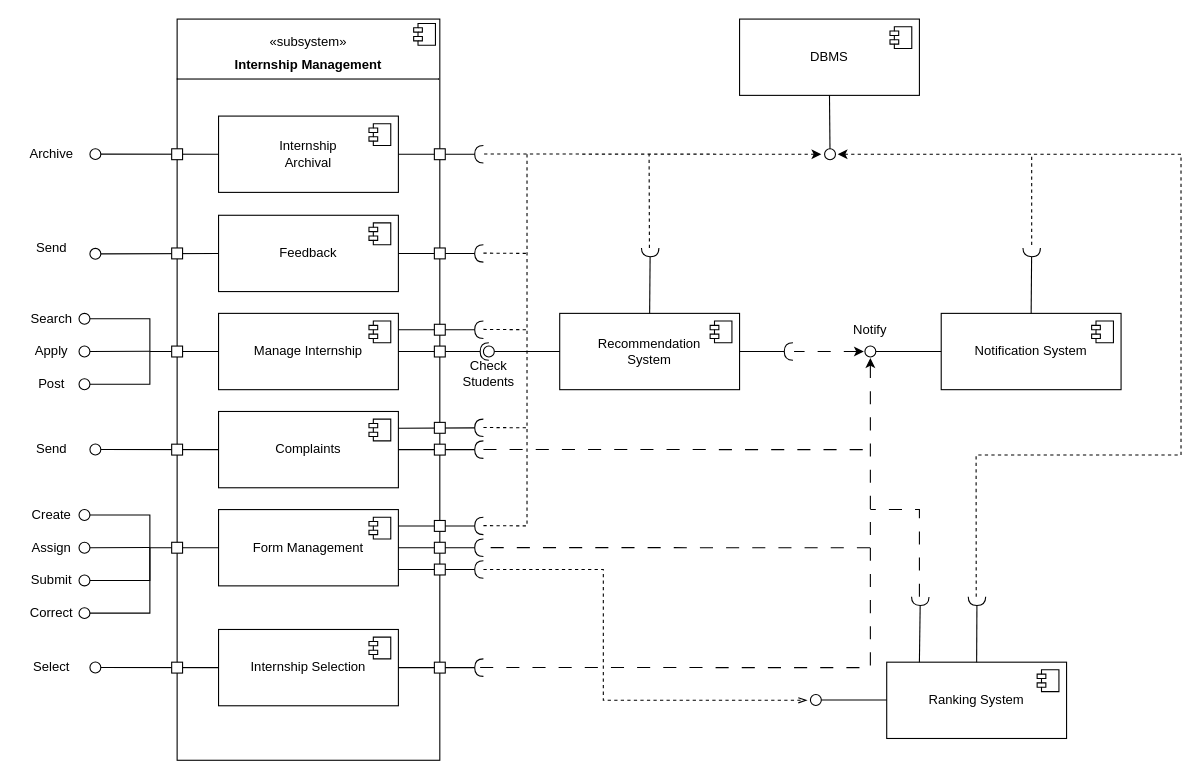
This is DD/Misc/Component2.drawio from Zero3474/AlkhetiarBonardi, a draw.io file, before an edit. Source tidied: cells renumbered, new cells numbered last; positions are measured from the earlier drawing's top-left corner, leaving out a move shared by most shapes. Both pictures are drawn from the tidied source at 109%, with x=0, y=0 at pixel (19, 19).
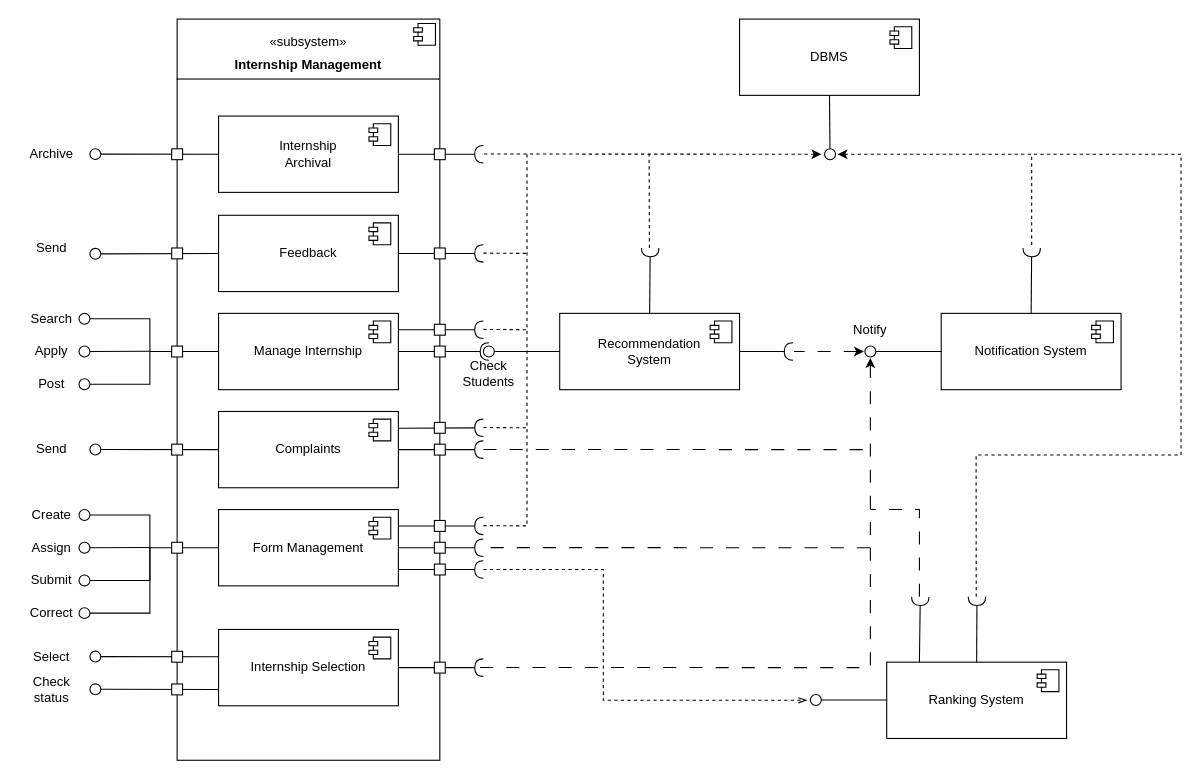
The same page after the edit.

The change refers to these unchanged cells:
```xml
<mxCell id="93" value="Internship Selection" style="html=1;whiteSpace=wrap;rounded=0;" parent="1" vertex="1">
  <mxGeometry x="183" y="560" width="165" height="70" as="geometry" />
</mxCell>
```

The edit, as a diff of the source:
```diff
@@
     <mxCell id="95" value="Select" style="text;html=1;align=center;verticalAlign=middle;whiteSpace=wrap;rounded=0;" parent="1" vertex="1">
-      <mxGeometry y="580" width="60" height="30" as="geometry" />
+      <mxGeometry y="570" width="60" height="30" as="geometry" />
     </mxCell>
-    <mxCell id="96" style="rounded=0;jettySize=auto;html=1;endArrow=oval;endFill=0;sourcePerimeterSpacing=0;targetPerimeterSpacing=0;endSize=10;exitX=0;exitY=0.5;exitDx=0;exitDy=0;" parent="1" edge="1" source="93">
+    <mxCell id="96" style="rounded=0;orthogonalLoop=1;jettySize=auto;html=1;endArrow=oval;endFill=0;sourcePerimeterSpacing=0;targetPerimeterSpacing=0;endSize=10;exitX=0;exitY=0.5;exitDx=0;exitDy=0;" parent="1" edge="1">
       <mxGeometry relative="1" as="geometry">
-        <mxPoint x="70" y="594.9" as="targetPoint" />
+        <mxPoint x="183" y="585" as="sourcePoint" />
+        <mxPoint x="70" y="584.9" as="targetPoint" />
       </mxGeometry>
     </mxCell>
     <mxCell id="97" style="whiteSpace=wrap;html=1;rounded=0;" parent="1" vertex="1">
-      <mxGeometry x="140" y="590" width="10" height="10" as="geometry" />
+      <mxGeometry x="140" y="580" width="10" height="10" as="geometry" />
     </mxCell>
@@
+    <mxCell id="101" value="Check status" style="text;html=1;align=center;verticalAlign=middle;whiteSpace=wrap;rounded=0;" parent="1" vertex="1">
+      <mxGeometry y="600" width="60" height="30" as="geometry" />
+    </mxCell>
+    <mxCell id="102" style="rounded=0;orthogonalLoop=1;jettySize=auto;html=1;endArrow=oval;endFill=0;sourcePerimeterSpacing=0;targetPerimeterSpacing=0;endSize=10;exitX=0;exitY=0.5;exitDx=0;exitDy=0;" parent="1" edge="1">
+      <mxGeometry relative="1" as="geometry">
+        <mxPoint x="183" y="615" as="sourcePoint" />
+        <mxPoint x="70" y="614.9" as="targetPoint" />
+      </mxGeometry>
+    </mxCell>
+    <mxCell id="103" style="whiteSpace=wrap;html=1;rounded=0;" parent="1" vertex="1">
+      <mxGeometry x="140" y="610" width="10" height="10" as="geometry" />
+    </mxCell>
```
